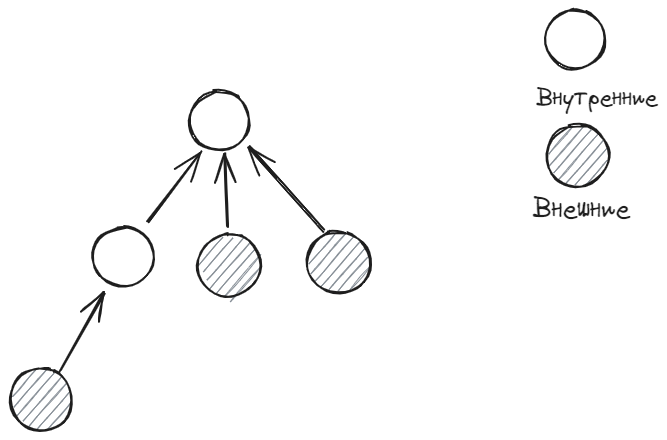
This is diplom/assets/math/discrete/belief_propogation.excalidraw.png from NMashalov/EducationGenerativeModelApplication, a Excalidraw export, as it was before one commit. Source tidied: one line per element, renumbered; positions are measured from the earlier drawing's top-left corner, leaving out a move shared by most shapes.
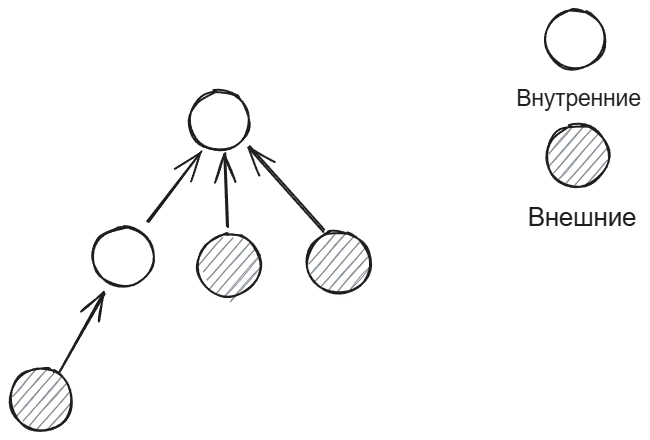
Above is the later version.

What changed in the source:
```diff
@@ -4,8 +4,8 @@
 {"id": 3, "type": "arrow", "strokeColor": "#1e1e1e", "strokeWidth": 2, "roughness": 1, "endArrowhead": "arrow", "round": true, "from": 10, "to": 0, "x": 313, "y": 220, "width": 73, "height": 84, "points": [[0, 0], [-73, -84]]}
 {"id": 4, "type": "arrow", "strokeColor": "#1e1e1e", "strokeWidth": 2, "roughness": 1, "endArrowhead": "arrow", "round": true, "from": 8, "to": 11, "x": 51, "y": 361, "width": 44, "height": 78, "points": [[0, 0], [44, -78]]}
 {"id": 5, "type": "ellipse", "strokeColor": "#1e1e1e", "strokeWidth": 2, "roughness": 1, "round": true, "x": 536, "y": 0, "width": 59, "height": 59}
-{"id": 6, "type": "text", "text": "Внутренние", "strokeColor": "#1e1e1e", "strokeWidth": 2, "roughness": 1, "fontSize": 22.61, "fontFamily": 1, "x": 526, "y": 75, "width": 121, "height": 28}
+{"id": 6, "type": "text", "text": "Внутренние", "strokeColor": "#1e1e1e", "strokeWidth": 2, "roughness": 1, "fontSize": 22.61, "fontFamily": 2, "x": 506, "y": 75, "width": 125, "height": 26}
-{"id": 7, "type": "text", "text": "Внешние", "strokeColor": "#1e1e1e", "strokeWidth": 2, "roughness": 1, "fontSize": 25.56, "fontFamily": 1, "x": 523, "y": 184, "width": 97, "height": 32}
+{"id": 7, "type": "text", "text": "Внешние", "strokeColor": "#1e1e1e", "strokeWidth": 2, "roughness": 1, "fontSize": 25.56, "fontFamily": 2, "x": 518, "y": 193, "width": 108, "height": 29}
 {"id": 8, "type": "ellipse", "strokeColor": "#1e1e1e", "backgroundColor": "#868e96", "fillStyle": "hachure", "strokeWidth": 2, "roughness": 1, "round": true, "x": 0, "y": 358, "width": 62, "height": 62}
 {"id": 9, "type": "ellipse", "strokeColor": "#1e1e1e", "backgroundColor": "#868e96", "fillStyle": "hachure", "strokeWidth": 2, "roughness": 1, "round": true, "x": 188, "y": 224, "width": 62, "height": 62}
 {"id": 10, "type": "ellipse", "strokeColor": "#1e1e1e", "backgroundColor": "#868e96", "fillStyle": "hachure", "strokeWidth": 2, "roughness": 1, "round": true, "x": 297, "y": 221, "width": 62, "height": 62}
```
